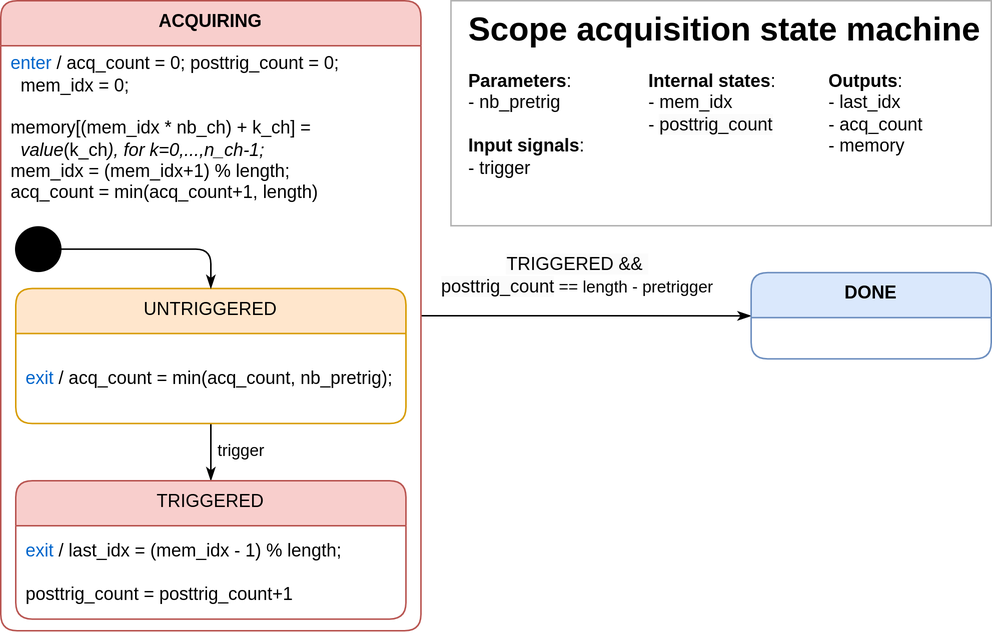
This is Scope_State-machine.png from pierre-haessig/scopemimicry-python, a draw.io export, as it was before one commit. Source tidied: cells renumbered, new cells last; positions are measured from the earlier drawing's top-left corner, leaving out a move shared by most shapes.
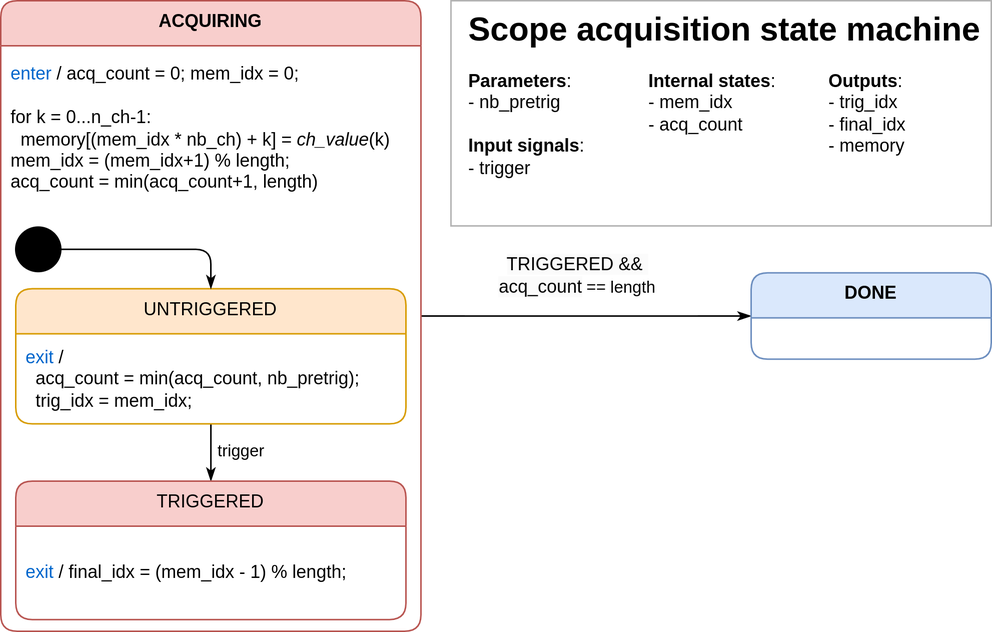
After the commit.

Commit message:
minor change Acquisition state-machine + finish tests

change for the case there is not enough pretrigger data:
- before: stopped early to return exactly (length-pretrigger)
  posttrigger sample
- now: record points until acq_cout reaches length

Diff of the diagram source:
```diff
@@ -11,16 +11,16 @@
     <mxCell id="4" value="&lt;div&gt;&lt;b&gt;Parameters&lt;/b&gt;:&amp;nbsp;&lt;/div&gt;&lt;div&gt;- nb_pretrig&lt;/div&gt;&lt;div&gt;&lt;br&gt;&lt;/div&gt;&lt;b&gt;Input signals&lt;/b&gt;:&lt;div&gt;- trigger&lt;/div&gt;" style="text;html=1;align=left;verticalAlign=top;whiteSpace=wrap;rounded=0;fontFamily=Helvetica;fontSize=12;fontColor=default;labelBackgroundColor=default;" parent="2" vertex="1">
       <mxGeometry x="10" y="40" width="100" height="80" as="geometry" />
     </mxCell>
-    <mxCell id="5" value="&lt;div&gt;&lt;span style=&quot;background-color: light-dark(#ffffff, var(--ge-dark-color, #121212)); color: light-dark(rgb(0, 0, 0), rgb(255, 255, 255));&quot;&gt;&lt;font&gt;&lt;b&gt;Internal states&lt;/b&gt;:&lt;/font&gt;&lt;/span&gt;&lt;/div&gt;&lt;div&gt;&lt;div&gt;&lt;font&gt;- mem_idx&lt;/font&gt;&lt;/div&gt;&lt;div&gt;&lt;font&gt;-&amp;nbsp;&lt;span style=&quot;background-color: rgb(251, 251, 251); color: light-dark(rgb(0, 0, 0), rgb(255, 255, 255));&quot;&gt;posttrig_count&lt;/span&gt;&lt;/font&gt;&lt;/div&gt;&lt;/div&gt;" style="text;html=1;align=left;verticalAlign=top;whiteSpace=wrap;rounded=0;fontFamily=Helvetica;fontSize=12;fontColor=default;labelBackgroundColor=default;" parent="2" vertex="1">
+    <mxCell id="5" value="&lt;div&gt;&lt;span style=&quot;background-color: light-dark(#ffffff, var(--ge-dark-color, #121212)); color: light-dark(rgb(0, 0, 0), rgb(255, 255, 255));&quot;&gt;&lt;font&gt;&lt;b&gt;Internal states&lt;/b&gt;:&lt;/font&gt;&lt;/span&gt;&lt;/div&gt;&lt;div&gt;&lt;div&gt;&lt;font&gt;- mem_idx&lt;/font&gt;&lt;/div&gt;&lt;div&gt;&lt;font&gt;-&amp;nbsp;&lt;/font&gt;&lt;span style=&quot;background-color: light-dark(#ffffff, var(--ge-dark-color, #121212)); color: light-dark(rgb(0, 0, 0), rgb(255, 255, 255));&quot;&gt;acq_count&lt;/span&gt;&lt;/div&gt;&lt;/div&gt;&lt;div&gt;&lt;span style=&quot;background-color: light-dark(#ffffff, var(--ge-dark-color, #121212)); color: light-dark(rgb(0, 0, 0), rgb(255, 255, 255));&quot;&gt;&lt;br&gt;&lt;/span&gt;&lt;/div&gt;" style="text;html=1;align=left;verticalAlign=top;whiteSpace=wrap;rounded=0;fontFamily=Helvetica;fontSize=12;fontColor=default;labelBackgroundColor=default;" parent="2" vertex="1">
       <mxGeometry x="130" y="40" width="100" height="80" as="geometry" />
     </mxCell>
-    <mxCell id="6" value="&lt;div&gt;&lt;b style=&quot;background-color: light-dark(#ffffff, var(--ge-dark-color, #121212)); color: light-dark(rgb(0, 0, 0), rgb(255, 255, 255));&quot;&gt;Outputs&lt;/b&gt;&lt;span style=&quot;background-color: light-dark(#ffffff, var(--ge-dark-color, #121212)); color: light-dark(rgb(0, 0, 0), rgb(255, 255, 255));&quot;&gt;:&amp;nbsp;&lt;/span&gt;&lt;/div&gt;&lt;div&gt;&lt;div&gt;&lt;span style=&quot;background-color: light-dark(#ffffff, var(--ge-dark-color, #121212)); color: light-dark(rgb(0, 0, 0), rgb(255, 255, 255));&quot;&gt;&lt;font&gt;- last_idx&lt;/font&gt;&lt;/span&gt;&lt;/div&gt;&lt;div&gt;&lt;font&gt;- acq_count&lt;/font&gt;&lt;/div&gt;&lt;/div&gt;&lt;div&gt;- memory&lt;/div&gt;" style="text;html=1;align=left;verticalAlign=top;whiteSpace=wrap;rounded=0;fontFamily=Helvetica;fontSize=12;fontColor=default;labelBackgroundColor=default;" parent="2" vertex="1">
+    <mxCell id="6" value="&lt;div&gt;&lt;b style=&quot;background-color: light-dark(#ffffff, var(--ge-dark-color, #121212)); color: light-dark(rgb(0, 0, 0), rgb(255, 255, 255));&quot;&gt;Outputs&lt;/b&gt;&lt;span style=&quot;background-color: light-dark(#ffffff, var(--ge-dark-color, #121212)); color: light-dark(rgb(0, 0, 0), rgb(255, 255, 255));&quot;&gt;:&amp;nbsp;&lt;/span&gt;&lt;/div&gt;&lt;div&gt;&lt;div&gt;&lt;div&gt;- trig_idx&lt;/div&gt;&lt;/div&gt;&lt;div&gt;&lt;span style=&quot;background-color: light-dark(#ffffff, var(--ge-dark-color, #121212)); color: light-dark(rgb(0, 0, 0), rgb(255, 255, 255));&quot;&gt;&lt;font&gt;- final_idx&lt;/font&gt;&lt;/span&gt;&lt;/div&gt;&lt;div&gt;&lt;span style=&quot;background-color: light-dark(#ffffff, var(--ge-dark-color, #121212)); color: light-dark(rgb(0, 0, 0), rgb(255, 255, 255));&quot;&gt;- memory&lt;/span&gt;&lt;/div&gt;&lt;/div&gt;" style="text;html=1;align=left;verticalAlign=top;whiteSpace=wrap;rounded=0;fontFamily=Helvetica;fontSize=12;fontColor=default;labelBackgroundColor=default;" parent="2" vertex="1">
       <mxGeometry x="250" y="40" width="100" height="80" as="geometry" />
     </mxCell>
     <mxCell id="7" style="edgeStyle=orthogonalEdgeStyle;rounded=1;jettySize=auto;html=1;endArrow=classicThin;endFill=1;curved=0;" parent="1" edge="1" source="9" target="20">
       <mxGeometry relative="1" as="geometry" />
     </mxCell>
-    <mxCell id="8" value="&lt;span style=&quot;font-size: 12px; text-wrap-mode: wrap; background-color: rgb(251, 251, 251);&quot;&gt;TRIGGERED &amp;amp;&amp;amp;&amp;nbsp;&lt;br&gt;&lt;/span&gt;&lt;div&gt;&lt;span style=&quot;background-color: rgb(251, 251, 251); font-size: 12px; text-align: left; text-wrap-mode: wrap; color: light-dark(rgb(0, 0, 0), rgb(255, 255, 255));&quot;&gt;posttrig_count&lt;/span&gt;&amp;nbsp;== length - pretrigger&lt;/div&gt;" style="edgeLabel;html=1;align=center;verticalAlign=middle;" parent="7" vertex="1">
+    <mxCell id="8" value="&lt;span style=&quot;font-size: 12px; text-wrap-mode: wrap; background-color: rgb(251, 251, 251);&quot;&gt;TRIGGERED &amp;amp;&amp;amp;&amp;nbsp;&lt;br&gt;&lt;/span&gt;&lt;div&gt;&lt;span style=&quot;background-color: rgb(251, 251, 251); font-size: 12px; text-align: left; text-wrap-mode: wrap; color: light-dark(rgb(0, 0, 0), rgb(255, 255, 255));&quot;&gt;acq_count&lt;/span&gt;&amp;nbsp;== length&lt;/div&gt;" style="edgeLabel;html=1;align=center;verticalAlign=middle;" parent="7" vertex="1">
       <mxGeometry x="-0.67" relative="1" as="geometry">
         <mxPoint x="67" y="-27" as="offset" />
       </mxGeometry>
@@ -28,7 +28,7 @@
     <mxCell id="9" value="ACQUIRING" style="swimlane;fontStyle=1;align=center;verticalAlign=top;horizontal=1;startSize=30;html=1;rounded=1;absoluteArcSize=1;arcSize=22;whiteSpace=wrap;fillColor=#f8cecc;strokeColor=#b85450;comic=0;" parent="1" vertex="1">
       <mxGeometry width="280" height="420" as="geometry" />
     </mxCell>
-    <mxCell id="10" value="&lt;div&gt;&lt;font style=&quot;color: rgb(0, 102, 204);&quot;&gt;enter&lt;/font&gt;&amp;nbsp;/ acq_count = 0; posttrig_count = 0;&lt;/div&gt;&lt;div&gt;&amp;nbsp; mem_idx = 0;&lt;div&gt;&lt;br&gt;&lt;/div&gt;&lt;div&gt;memory[(mem_idx&amp;nbsp;* nb_ch) + k_ch] =&amp;nbsp;&lt;/div&gt;&lt;div&gt;&amp;nbsp;&amp;nbsp;&lt;i&gt;value&lt;/i&gt;(k_ch&lt;i&gt;), for k=0,...,n_ch-1;&lt;/i&gt;&lt;/div&gt;&lt;/div&gt;&lt;div&gt;mem_idx = (&lt;span style=&quot;background-color: transparent; color: light-dark(rgb(0, 0, 0), rgb(255, 255, 255));&quot;&gt;mem_idx+1&lt;/span&gt;&lt;span style=&quot;background-color: transparent; color: light-dark(rgb(0, 0, 0), rgb(255, 255, 255));&quot;&gt;) % length;&lt;/span&gt;&lt;/div&gt;&lt;div&gt;&lt;span style=&quot;background-color: transparent; color: light-dark(rgb(0, 0, 0), rgb(255, 255, 255));&quot;&gt;acq_count&lt;/span&gt;&amp;nbsp;= min(acq_count+1, length)&lt;span style=&quot;background-color: transparent; color: light-dark(rgb(0, 0, 0), rgb(255, 255, 255));&quot;&gt;&lt;/span&gt;&lt;/div&gt;" style="fillColor=none;strokeColor=none;align=left;verticalAlign=middle;spacingLeft=5;whiteSpace=wrap;html=1;" parent="9" vertex="1">
+    <mxCell id="10" value="&lt;div&gt;&lt;font style=&quot;color: rgb(0, 102, 204);&quot;&gt;enter&lt;/font&gt;&amp;nbsp;/ acq_count = 0;&amp;nbsp;&lt;span style=&quot;background-color: transparent; color: light-dark(rgb(0, 0, 0), rgb(255, 255, 255));&quot;&gt;mem_idx = 0;&lt;/span&gt;&lt;/div&gt;&lt;div&gt;&lt;div&gt;&lt;br&gt;&lt;/div&gt;&lt;div&gt;for k = 0...n_ch-1:&lt;/div&gt;&lt;div&gt;&amp;nbsp; memory[(mem_idx&amp;nbsp;* nb_ch) + k] = &lt;i&gt;ch_&lt;/i&gt;&lt;span style=&quot;background-color: transparent; color: light-dark(rgb(0, 0, 0), rgb(255, 255, 255));&quot;&gt;&lt;i&gt;value&lt;/i&gt;&lt;/span&gt;&lt;span style=&quot;background-color: transparent; color: light-dark(rgb(0, 0, 0), rgb(255, 255, 255));&quot;&gt;(k&lt;/span&gt;&lt;span style=&quot;background-color: transparent; color: light-dark(rgb(0, 0, 0), rgb(255, 255, 255));&quot;&gt;)&lt;/span&gt;&lt;/div&gt;&lt;/div&gt;&lt;div&gt;&lt;span style=&quot;background-color: transparent; color: light-dark(rgb(0, 0, 0), rgb(255, 255, 255));&quot;&gt;mem_idx = (&lt;/span&gt;&lt;span style=&quot;background-color: transparent; color: light-dark(rgb(0, 0, 0), rgb(255, 255, 255));&quot;&gt;mem_idx+1&lt;/span&gt;&lt;span style=&quot;background-color: transparent; color: light-dark(rgb(0, 0, 0), rgb(255, 255, 255));&quot;&gt;) % length;&lt;/span&gt;&lt;/div&gt;&lt;div&gt;&lt;span style=&quot;background-color: transparent; color: light-dark(rgb(0, 0, 0), rgb(255, 255, 255));&quot;&gt;acq_count&lt;/span&gt;&amp;nbsp;= min(&lt;span style=&quot;background-color: transparent; color: light-dark(rgb(0, 0, 0), rgb(255, 255, 255));&quot;&gt;acq_count+1, length)&lt;/span&gt;&lt;/div&gt;" style="fillColor=none;strokeColor=none;align=left;verticalAlign=middle;spacingLeft=5;whiteSpace=wrap;html=1;" parent="9" vertex="1">
       <mxGeometry y="30" width="280" height="110" as="geometry" />
     </mxCell>
     <mxCell id="11" style="fillColor=none;strokeColor=none;" parent="9" vertex="1">
@@ -45,13 +45,13 @@
     <mxCell id="14" value="UNTRIGGERED" style="swimlane;fontStyle=0;align=center;verticalAlign=top;horizontal=1;startSize=30;html=1;rounded=1;absoluteArcSize=1;arcSize=22;whiteSpace=wrap;fillColor=#ffe6cc;strokeColor=#d79b00;" parent="11" vertex="1">
       <mxGeometry x="10" y="51.9" width="260" height="90" as="geometry" />
     </mxCell>
-    <mxCell id="15" value="&lt;font style=&quot;color: rgb(0, 102, 204);&quot;&gt;exit&lt;/font&gt;&amp;nbsp;/&amp;nbsp;&lt;span style=&quot;background-color: transparent; color: light-dark(rgb(0, 0, 0), rgb(255, 255, 255));&quot;&gt;acq_count&lt;/span&gt;&lt;span style=&quot;background-color: transparent; color: light-dark(rgb(0, 0, 0), rgb(255, 255, 255));&quot;&gt;&amp;nbsp;= min(&lt;/span&gt;&lt;span style=&quot;background-color: transparent; color: light-dark(rgb(0, 0, 0), rgb(255, 255, 255));&quot;&gt;acq_count, nb_&lt;/span&gt;&lt;span style=&quot;background-color: transparent; color: light-dark(rgb(0, 0, 0), rgb(255, 255, 255));&quot;&gt;pretrig);&lt;/span&gt;" style="fillColor=none;strokeColor=none;align=left;verticalAlign=middle;spacingLeft=5;whiteSpace=wrap;html=1;" parent="14" vertex="1">
+    <mxCell id="15" value="&lt;font style=&quot;color: rgb(0, 102, 204);&quot;&gt;exit&lt;/font&gt;&amp;nbsp;/&lt;div&gt;&lt;span style=&quot;background-color: transparent; color: light-dark(rgb(0, 0, 0), rgb(255, 255, 255));&quot;&gt;&amp;nbsp; acq_count&lt;/span&gt;&lt;span style=&quot;background-color: transparent; color: light-dark(rgb(0, 0, 0), rgb(255, 255, 255));&quot;&gt;&amp;nbsp;= min(&lt;/span&gt;&lt;span style=&quot;background-color: transparent; color: light-dark(rgb(0, 0, 0), rgb(255, 255, 255));&quot;&gt;acq_count, nb_&lt;/span&gt;&lt;span style=&quot;background-color: transparent; color: light-dark(rgb(0, 0, 0), rgb(255, 255, 255));&quot;&gt;pretrig);&amp;nbsp;&lt;br&gt;&lt;/span&gt;&lt;span style=&quot;background-color: transparent; color: light-dark(rgb(0, 0, 0), rgb(255, 255, 255));&quot;&gt;&amp;nbsp; trig_idx = mem_idx;&lt;/span&gt;&lt;/div&gt;" style="fillColor=none;strokeColor=none;align=left;verticalAlign=middle;spacingLeft=5;whiteSpace=wrap;html=1;" parent="14" vertex="1">
       <mxGeometry y="30" width="260" height="60" as="geometry" />
     </mxCell>
     <mxCell id="16" value="TRIGGERED" style="swimlane;fontStyle=0;align=center;verticalAlign=top;horizontal=1;startSize=30;html=1;rounded=1;absoluteArcSize=1;arcSize=22;whiteSpace=wrap;fillColor=#f8cecc;strokeColor=#b85450;" parent="11" vertex="1">
       <mxGeometry x="10" y="180" width="260" height="92.2" as="geometry" />
     </mxCell>
-    <mxCell id="17" value="&lt;font style=&quot;color: rgb(0, 102, 204);&quot;&gt;exit&lt;/font&gt;&amp;nbsp;/&amp;nbsp;&lt;span style=&quot;background-color: transparent; color: light-dark(rgb(0, 0, 0), rgb(255, 255, 255));&quot;&gt;last_idx =&amp;nbsp;&lt;/span&gt;&lt;span style=&quot;background-color: transparent; color: light-dark(rgb(0, 0, 0), rgb(255, 255, 255));&quot;&gt;(mem_idx&lt;/span&gt;&lt;span style=&quot;background-color: transparent; color: light-dark(rgb(0, 0, 0), rgb(255, 255, 255));&quot;&gt;&amp;nbsp;-&lt;/span&gt;&lt;span style=&quot;background-color: transparent; color: light-dark(rgb(0, 0, 0), rgb(255, 255, 255));&quot;&gt;&amp;nbsp;1) % length;&lt;/span&gt;&lt;div&gt;&lt;br&gt;&lt;div&gt;posttrig_count =&amp;nbsp;&lt;span style=&quot;background-color: transparent; color: light-dark(rgb(0, 0, 0), rgb(255, 255, 255));&quot;&gt;posttrig_count+1&lt;/span&gt;&lt;/div&gt;&lt;/div&gt;" style="fillColor=none;strokeColor=none;align=left;verticalAlign=middle;spacingLeft=5;whiteSpace=wrap;html=1;" parent="16" vertex="1">
+    <mxCell id="17" value="&lt;font style=&quot;color: rgb(0, 102, 204);&quot;&gt;exit&lt;/font&gt;&amp;nbsp;/&amp;nbsp;&lt;span style=&quot;background-color: transparent; color: light-dark(rgb(0, 0, 0), rgb(255, 255, 255));&quot;&gt;final_idx =&amp;nbsp;&lt;/span&gt;&lt;span style=&quot;background-color: transparent; color: light-dark(rgb(0, 0, 0), rgb(255, 255, 255));&quot;&gt;(mem_idx&lt;/span&gt;&lt;span style=&quot;background-color: transparent; color: light-dark(rgb(0, 0, 0), rgb(255, 255, 255));&quot;&gt;&amp;nbsp;-&lt;/span&gt;&lt;span style=&quot;background-color: transparent; color: light-dark(rgb(0, 0, 0), rgb(255, 255, 255));&quot;&gt;&amp;nbsp;1) % length;&lt;/span&gt;" style="fillColor=none;strokeColor=none;align=left;verticalAlign=middle;spacingLeft=5;whiteSpace=wrap;html=1;" parent="16" vertex="1">
       <mxGeometry y="30" width="260" height="62.2" as="geometry" />
     </mxCell>
     <mxCell id="18" style="edgeStyle=orthogonalEdgeStyle;shape=connector;curved=0;rounded=1;jettySize=auto;html=1;strokeColor=default;align=center;verticalAlign=middle;fontFamily=Helvetica;fontSize=11;fontColor=default;labelBackgroundColor=default;endArrow=classicThin;endFill=1;exitX=1;exitY=0.5;exitDx=0;exitDy=0;" parent="11" edge="1" source="19" target="14">
```
